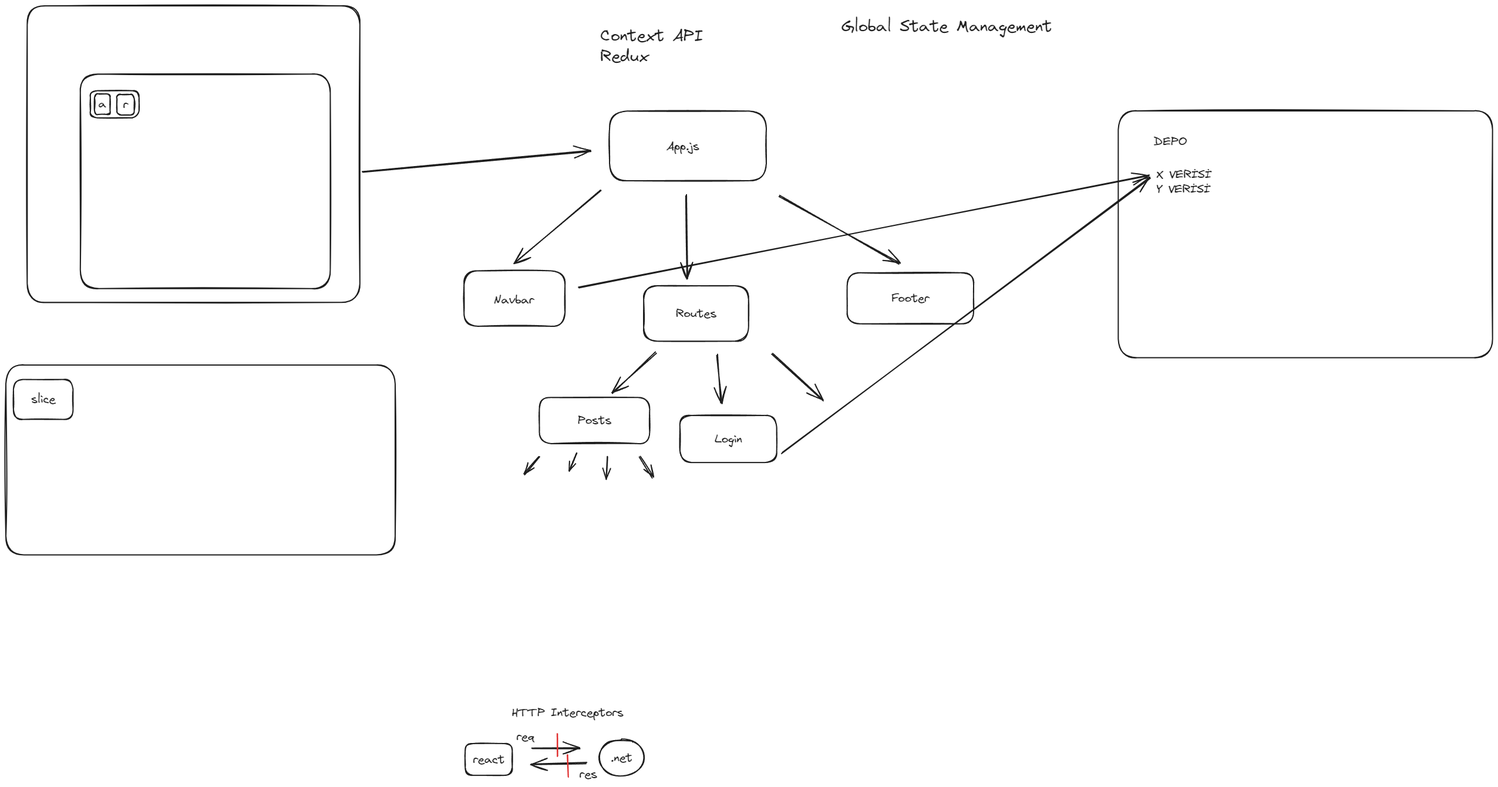
Above: demo.excalidraw.png in halitkalayci/tobeto-1c-starter (Excalidraw), before the change. Source tidied: one line per element, renumbered; positions are measured from the earlier drawing's top-left corner, leaving out a move shared by most shapes.
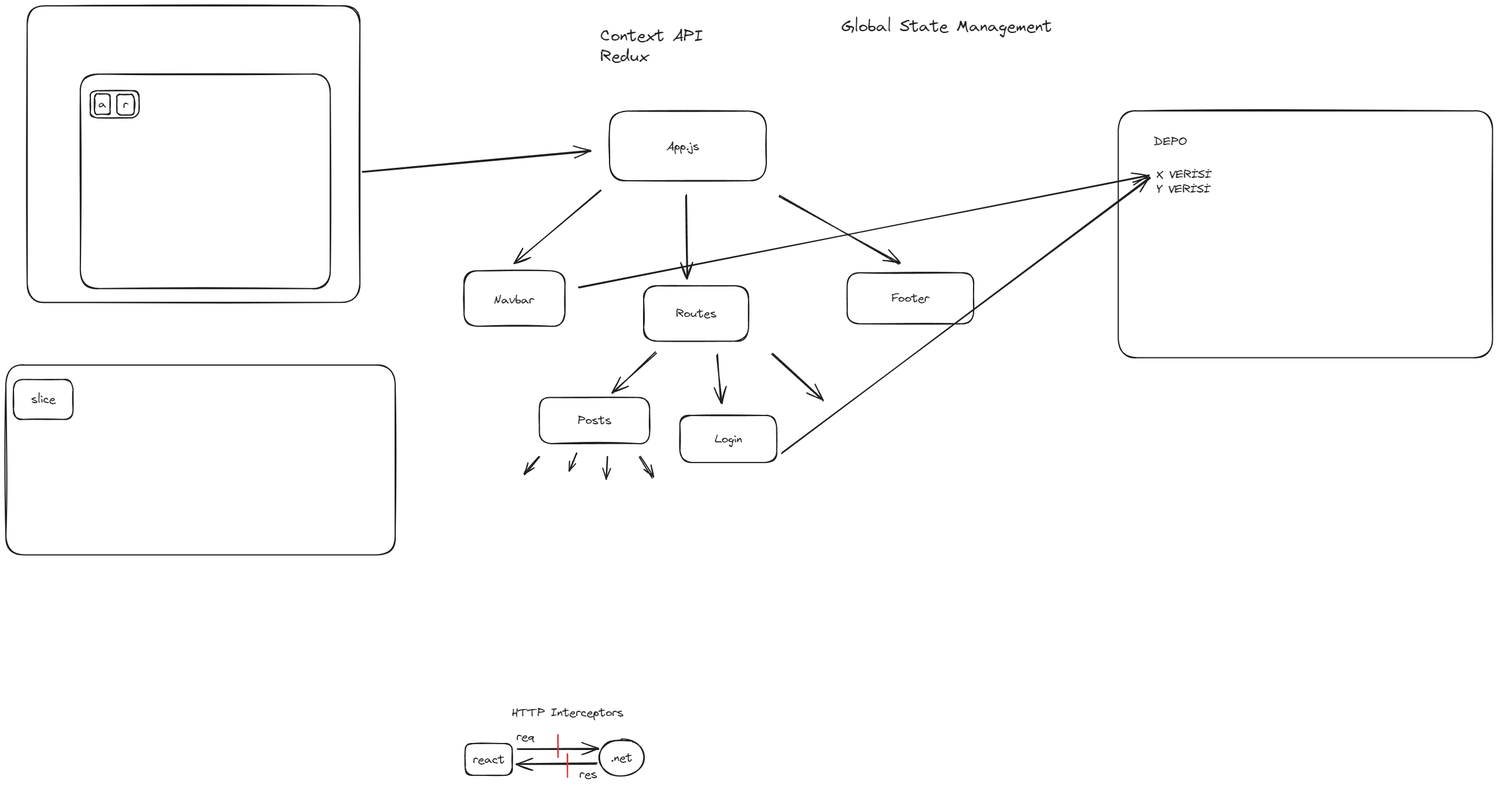
Later version of the same file.

What changed in the source:
```diff
@@ -41,11 +41,11 @@
 {"id": 40, "type": "text", "text": "HTTP Interceptors", "strokeColor": "#1e1e1e", "strokeWidth": 2, "roughness": 1, "fontSize": 20, "fontFamily": 1, "x": 862, "y": 1192, "width": 190, "height": 25}
 {"id": 41, "type": "rectangle", "strokeColor": "#1e1e1e", "strokeWidth": 2, "roughness": 1, "round": true, "x": 782, "y": 1257, "width": 80, "height": 54}
 {"id": 42, "type": "text", "text": "react", "strokeColor": "#1e1e1e", "strokeWidth": 2, "roughness": 1, "fontSize": 20, "fontFamily": 1, "textAlign": "center", "verticalAlign": "middle", "inside": 41, "x": 795, "y": 1272, "width": 54, "height": 25}
-{"id": 43, "type": "arrow", "strokeColor": "#1e1e1e", "strokeWidth": 2, "roughness": 1, "endArrowhead": "arrow", "round": true, "from": 47, "x": 897, "y": 1265, "width": 81, "height": 0, "points": [[0, 0], [81, 0]]}
+{"id": 43, "type": "arrow", "strokeColor": "#1e1e1e", "strokeWidth": 2, "roughness": 1, "endArrowhead": "arrow", "round": true, "from": 47, "to": 44, "x": 872, "y": 1266, "width": 137, "height": 0, "points": [[0, 0], [137, 0]]}
 {"id": 44, "type": "ellipse", "strokeColor": "#1e1e1e", "strokeWidth": 2, "roughness": 1, "round": true, "x": 1010, "y": 1250, "width": 77, "height": 62}
 {"id": 45, "type": "text", "text": ".net", "strokeColor": "#1e1e1e", "strokeWidth": 2, "roughness": 1, "fontSize": 20, "fontFamily": 1, "textAlign": "center", "verticalAlign": "middle", "inside": 44, "x": 1030, "y": 1269, "width": 37, "height": 25}
-{"id": 46, "type": "arrow", "strokeColor": "#1e1e1e", "strokeWidth": 2, "roughness": 1, "endArrowhead": "arrow", "round": true, "from": 48, "x": 989, "y": 1290, "width": 95, "height": 3, "points": [[0, 0], [-95, 3]]}
+{"id": 46, "type": "arrow", "strokeColor": "#1e1e1e", "strokeWidth": 2, "roughness": 1, "endArrowhead": "arrow", "round": true, "from": 48, "to": 41, "x": 1006, "y": 1291, "width": 137, "height": 2, "points": [[0, 0], [-137, 2]]}
 {"id": 47, "type": "text", "text": "req", "strokeColor": "#1e1e1e", "strokeWidth": 2, "roughness": 1, "fontSize": 20, "fontFamily": 1, "x": 869, "y": 1233, "width": 30, "height": 25}
 {"id": 48, "type": "text", "text": "res", "strokeColor": "#1e1e1e", "strokeWidth": 2, "roughness": 1, "fontSize": 20, "fontFamily": 1, "x": 977, "y": 1297, "width": 30, "height": 25}
-{"id": 49, "type": "line", "strokeColor": "#e03131", "strokeWidth": 2, "roughness": 1, "round": true, "x": 939, "y": 1241, "width": 1, "height": 38, "points": [[0, 0], [1, 38]]}
+{"id": 49, "type": "line", "strokeColor": "#e03131", "strokeWidth": 2, "roughness": 1, "round": true, "x": 940, "y": 1242, "width": 1, "height": 38, "points": [[0, 0], [1, 38]]}
-{"id": 50, "type": "line", "strokeColor": "#e03131", "strokeWidth": 2, "roughness": 1, "round": true, "x": 957, "y": 1276, "width": 1, "height": 38, "points": [[0, 0], [1, 38]]}
+{"id": 50, "type": "line", "strokeColor": "#e03131", "strokeWidth": 2, "roughness": 1, "round": true, "x": 957, "y": 1274, "width": 0, "height": 40, "points": [[0, 0], [0, 40]]}
```
